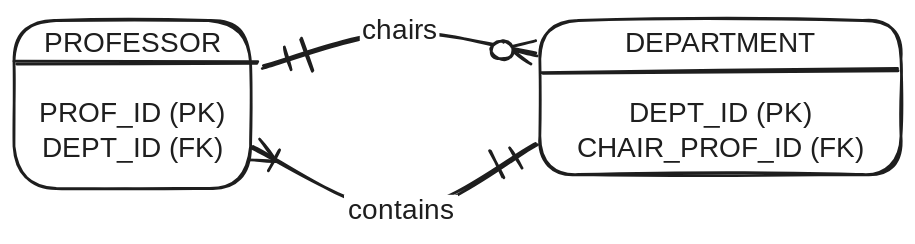
This is media/prof-dept-dual-crow.excalidraw.svg from vk-db-modeling-fall-25/shared-notes, a Excalidraw export, as it was before one commit. Source tidied: one line per element, renumbered; positions are measured from the earlier drawing's top-left corner, leaving out a move shared by most shapes.
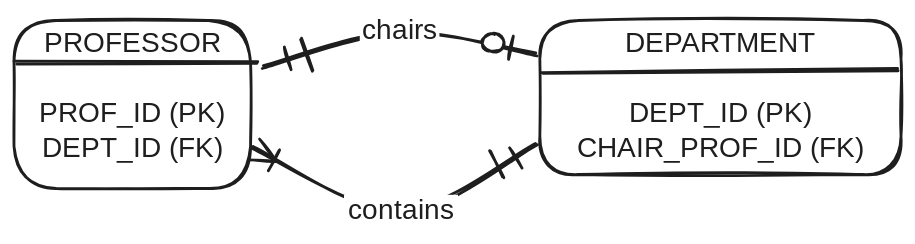
Above is the later version.

Commit message:
fix erd typos

Change to the diagram source:
```diff
@@ -2,10 +2,10 @@
 {"id": 1, "type": "text", "text": "PROFESSOR\n\nPROF_ID (PK)\nDEPT_ID (FK)", "strokeColor": "#1e1e1e", "strokeWidth": 2, "roughness": 1, "fontSize": 20, "fontFamily": 5, "textAlign": "center", "inside": 0, "x": 9, "y": 10, "width": 151, "height": 100}
 {"id": 2, "type": "rectangle", "strokeColor": "#1e1e1e", "strokeWidth": 2, "roughness": 1, "round": true, "x": 376, "y": 4, "width": 258, "height": 110}
 {"id": 3, "type": "text", "text": "DEPARTMENT\n\nDEPT_ID (PK)\nCHAIR_PROF_ID (FK)", "strokeColor": "#1e1e1e", "strokeWidth": 2, "roughness": 1, "fontSize": 20, "fontFamily": 5, "textAlign": "center", "inside": 2, "x": 393, "y": 10, "width": 224, "height": 100}
-{"id": 4, "type": "arrow", "strokeColor": "#1e1e1e", "strokeWidth": 2, "roughness": 1, "startArrowhead": "crowfoot_one", "endArrowhead": "crowfoot_many", "round": true, "from": 0, "to": 2, "x": 177, "y": 38, "width": 197, "height": 25, "points": [[0, 0], [98, -25], [197, -8]]}
+{"id": 4, "type": "arrow", "strokeColor": "#1e1e1e", "strokeWidth": 2, "roughness": 1, "startArrowhead": "crowfoot_one", "endArrowhead": "crowfoot_one", "round": true, "from": 0, "to": 2, "x": 177, "y": 38, "width": 197, "height": 25, "points": [[0, 0], [98, -25], [197, -8]]}
 {"id": 5, "type": "text", "text": "chairs", "strokeColor": "#1e1e1e", "strokeWidth": 2, "roughness": 1, "fontSize": 20, "fontFamily": 5, "textAlign": "center", "verticalAlign": "middle", "inside": 4, "x": 247, "y": 0, "width": 57, "height": 25}
 {"id": 6, "type": "line", "strokeColor": "#1e1e1e", "strokeWidth": 2, "roughness": 1, "round": true, "x": 205, "y": 18, "width": 8, "height": 23, "points": [[0, 0], [8, 23]]}
-{"id": 7, "type": "ellipse", "strokeColor": "#1e1e1e", "backgroundColor": "#ffffff", "fillStyle": "solid", "strokeWidth": 2, "roughness": 1, "round": true, "x": 341, "y": 19, "width": 16, "height": 13}
+{"id": 7, "type": "ellipse", "strokeColor": "#1e1e1e", "backgroundColor": "#ffffff", "fillStyle": "solid", "strokeWidth": 2, "roughness": 1, "round": true, "x": 334, "y": 14, "width": 16, "height": 13}
 {"id": 8, "type": "arrow", "strokeColor": "#1e1e1e", "backgroundColor": "#ffffff", "fillStyle": "solid", "strokeWidth": 2, "roughness": 1, "startArrowhead": "crowfoot_one", "endArrowhead": "crowfoot_one_or_many", "round": true, "from": 2, "x": 374, "y": 93, "width": 202, "height": 49, "points": [[0, 0], [-97, 49], [-202, 2]]}
 {"id": 9, "type": "text", "text": "contains", "strokeColor": "#1e1e1e", "backgroundColor": "#ffffff", "fillStyle": "solid", "strokeWidth": 2, "roughness": 1, "fontSize": 20, "fontFamily": 5, "textAlign": "center", "verticalAlign": "middle", "inside": 8, "x": 236, "y": 129, "width": 81, "height": 25}
 {"id": 10, "type": "line", "strokeColor": "#1e1e1e", "backgroundColor": "#ffffff", "fillStyle": "solid", "strokeWidth": 2, "roughness": 1, "round": true, "x": 0, "y": 34, "width": 173, "height": 0, "points": [[0, 0], [173, 0]]}
```
